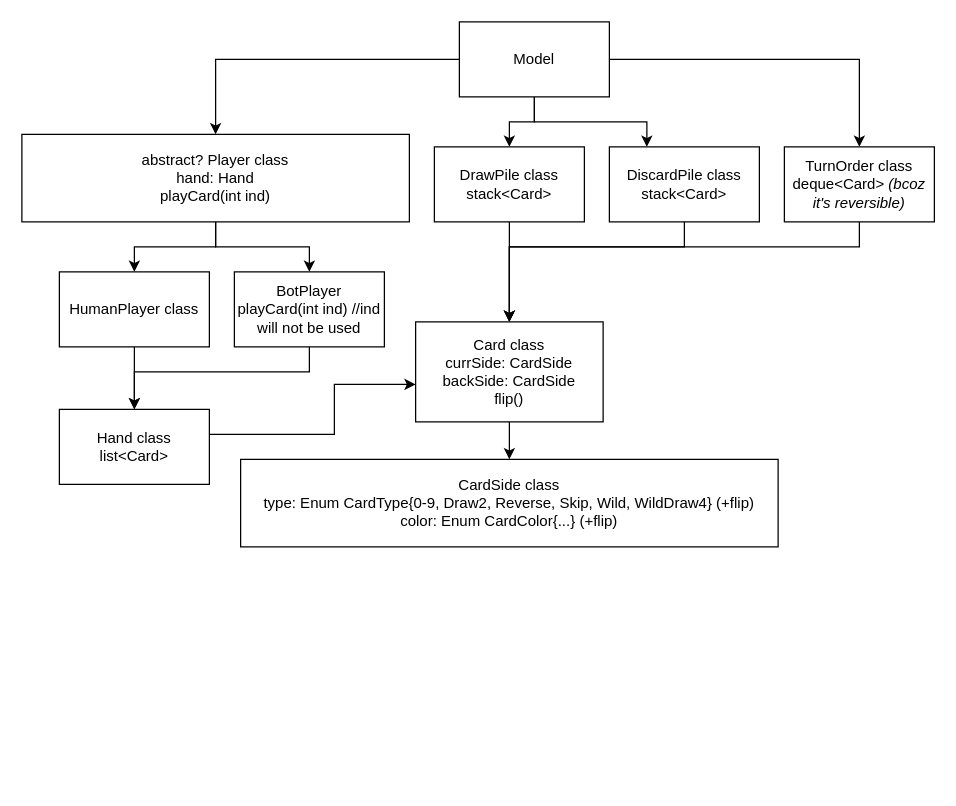
Above: UnoDiagram.drawio in malikov-a-auca-2022/uno-diagram (draw.io), before the change. Source tidied: cells renumbered, new cells numbered last; positions are measured from the earlier drawing's top-left corner, leaving out a move shared by most shapes. Both pictures are drawn from the tidied source at 125%, with x=0, y=0 at pixel (21, 21).
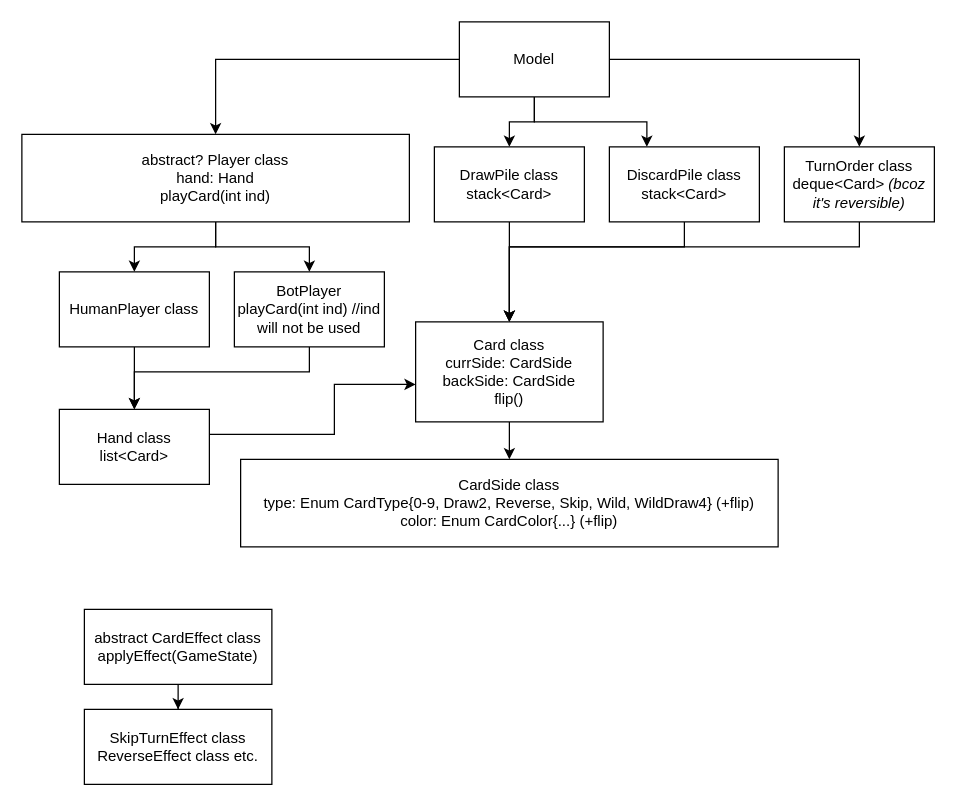
The same diagram, later.

Diff of the diagram source:
```diff
@@
+    <mxCell id="25" style="edgeStyle=orthogonalEdgeStyle;rounded=0;jettySize=auto;html=1;entryX=0.5;entryY=0;entryDx=0;entryDy=0;" parent="1" edge="1" source="26" target="27">
+      <mxGeometry relative="1" as="geometry" />
+    </mxCell>
+    <mxCell id="26" value="&lt;div&gt;abstract CardEffect class&lt;/div&gt;applyEffect(GameState)" style="rounded=0;whiteSpace=wrap;html=1;" parent="1" vertex="1">
+      <mxGeometry x="50" y="470" width="150" height="60" as="geometry" />
+    </mxCell>
+    <mxCell id="27" value="&lt;div&gt;SkipTurnEffect class&lt;/div&gt;&lt;div&gt;ReverseEffect class etc.&lt;br&gt;&lt;/div&gt;" style="rounded=0;whiteSpace=wrap;html=1;" parent="1" vertex="1">
+      <mxGeometry x="50" y="550" width="150" height="60" as="geometry" />
+    </mxCell>
```
